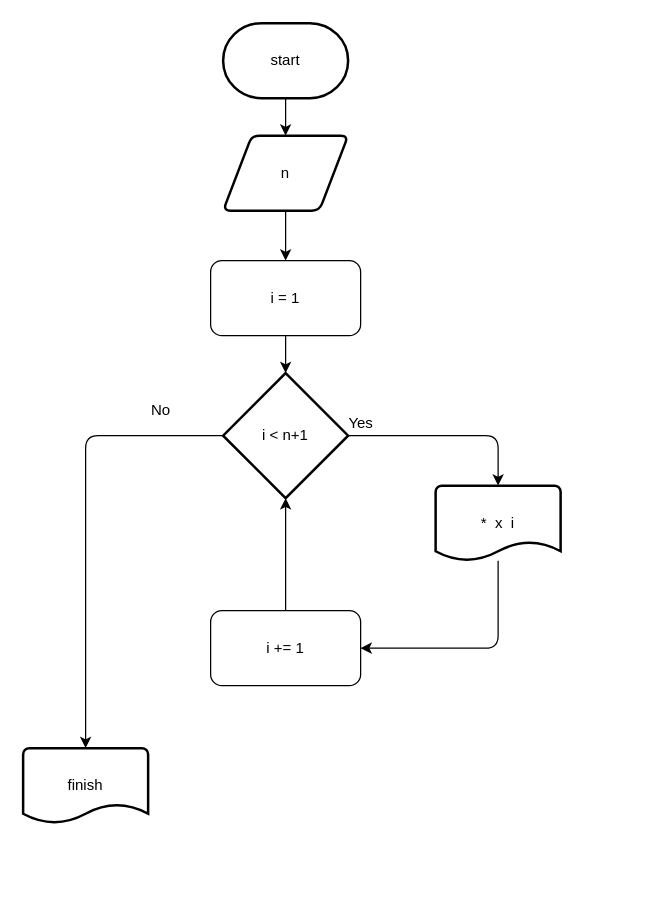
Gyeongrok-Oh/boj keeps this draw.io diagram as stage/03_loop/2438.drawio. Above is the earlier version. Source tidied: cells renumbered, new cells numbered last; positions are measured from the earlier drawing's top-left corner, leaving out a move shared by most shapes. Both pictures are drawn from the tidied source at 125%, with x=0, y=0 at pixel (22, 22).
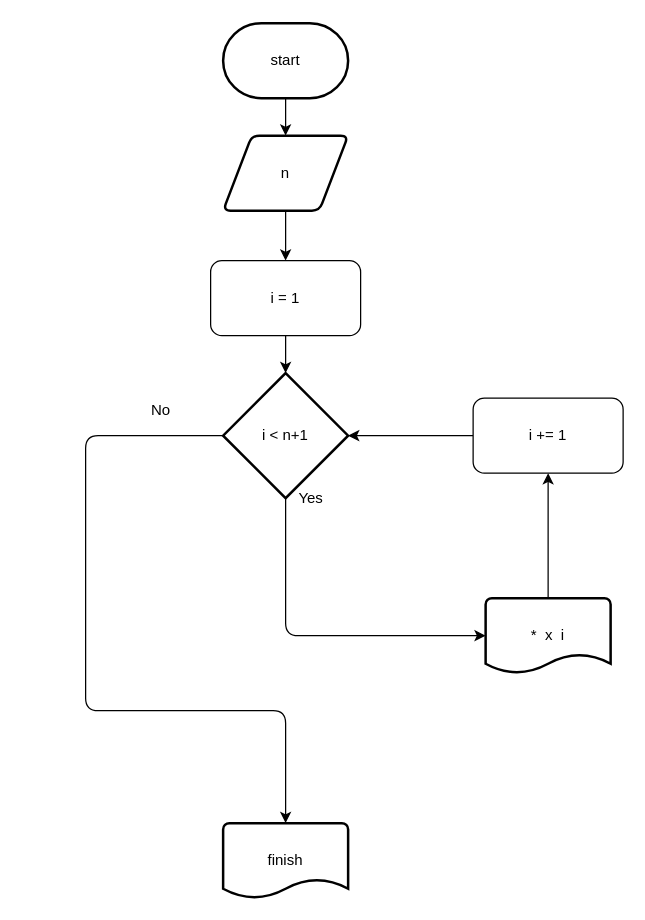
Above is the later version.

Unchanged cells that the change refers to:
```xml
<mxCell id="10" value="i &amp;lt; n+1" style="strokeWidth=2;html=1;shape=mxgraph.flowchart.decision;whiteSpace=wrap;" parent="1" vertex="1">
  <mxGeometry x="160" y="280" width="100" height="100" as="geometry" />
</mxCell>
```

Change to the diagram source:
```diff
@@
-    <mxCell id="8" style="edgeStyle=none;html=1;" parent="1" edge="1" source="10">
-      <mxGeometry relative="1" as="geometry">
-        <mxPoint x="380" y="370" as="targetPoint" />
-        <Array as="points">
-          <mxPoint x="380" y="330" />
-        </Array>
-      </mxGeometry>
-    </mxCell>
-    <mxCell id="9" style="edgeStyle=none;html=1;" parent="1" edge="1" source="10">
+    <mxCell id="9" style="edgeStyle=none;html=1;entryX=0.5;entryY=0;entryDx=0;entryDy=0;entryPerimeter=0;" parent="1" edge="1" source="10" target="17">
       <mxGeometry relative="1" as="geometry">
-        <mxPoint x="50" y="580" as="targetPoint" />
         <Array as="points">
           <mxPoint x="50" y="330" />
+          <mxPoint x="50" y="550" />
+          <mxPoint x="210" y="550" />
         </Array>
       </mxGeometry>
     </mxCell>
+    <mxCell id="18" style="edgeStyle=none;html=1;entryX=0;entryY=0.5;entryDx=0;entryDy=0;entryPerimeter=0;" parent="1" edge="1" source="10" target="13">
+      <mxGeometry relative="1" as="geometry">
+        <Array as="points">
+          <mxPoint x="210" y="490" />
+        </Array>
+      </mxGeometry>
+    </mxCell>
@@
-    <mxCell id="11" value="Yes" style="text;html=1;align=center;verticalAlign=middle;strokeColor=none;fillColor=none;" parent="1" vertex="1">
-      <mxGeometry x="255" y="310" width="30" height="20" as="geometry" />
-    </mxCell>
-    <mxCell id="12" style="edgeStyle=none;html=1;entryX=1;entryY=0.5;entryDx=0;entryDy=0;" parent="1" edge="1" source="13" target="15">
-      <mxGeometry relative="1" as="geometry">
-        <Array as="points">
-          <mxPoint x="380" y="500" />
-        </Array>
-      </mxGeometry>
+    <mxCell id="12" style="edgeStyle=none;html=1;" parent="1" edge="1" source="13" target="15">
+      <mxGeometry relative="1" as="geometry" />
     </mxCell>
     <mxCell id="13" value="*&amp;nbsp; x&amp;nbsp; i" style="strokeWidth=2;html=1;shape=mxgraph.flowchart.document2;whiteSpace=wrap;size=0.25;" parent="1" vertex="1">
-      <mxGeometry x="330" y="370" width="100" height="60" as="geometry" />
+      <mxGeometry x="370" y="460" width="100" height="60" as="geometry" />
     </mxCell>
-    <mxCell id="14" style="edgeStyle=none;html=1;entryX=0.5;entryY=1;entryDx=0;entryDy=0;entryPerimeter=0;" parent="1" edge="1" source="15" target="10">
+    <mxCell id="14" style="edgeStyle=none;html=1;" parent="1" edge="1" source="15" target="10">
       <mxGeometry relative="1" as="geometry" />
     </mxCell>
     <mxCell id="15" value="i += 1" style="rounded=1;whiteSpace=wrap;html=1;" parent="1" vertex="1">
-      <mxGeometry x="150" y="470" width="120" height="60" as="geometry" />
+      <mxGeometry x="360" y="300" width="120" height="60" as="geometry" />
     </mxCell>
@@
     <mxCell id="17" value="finish" style="strokeWidth=2;html=1;shape=mxgraph.flowchart.document2;whiteSpace=wrap;size=0.25;" parent="1" vertex="1">
-      <mxGeometry y="580" width="100" height="60" as="geometry" />
+      <mxGeometry x="160" y="640" width="100" height="60" as="geometry" />
     </mxCell>
+    <mxCell id="11" value="Yes" style="text;html=1;align=center;verticalAlign=middle;strokeColor=none;fillColor=none;" parent="1" vertex="1">
+      <mxGeometry x="215" y="370" width="30" height="20" as="geometry" />
+    </mxCell>
```
